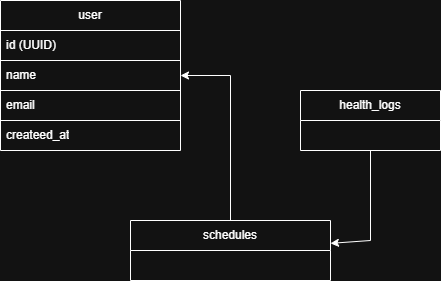
Before: docs/画像ファイル1.png, a diagram exported from draw.io (hyuga5362/portfolio). Source tidied: cells renumbered, new cells last; positions are measured from the earlier drawing's top-left corner, leaving out a move shared by most shapes. The source it was exported from:
```xml
<mxGraphModel>
  <root>
    <mxCell id="0" />
    <mxCell id="1" parent="0" />
    <mxCell id="2" value="user" style="swimlane;fontStyle=0;horizontal=1;startSize=30;whiteSpace=wrap;html=1;" parent="1" vertex="1">
      <mxGeometry width="180" height="150" as="geometry" />
    </mxCell>
    <mxCell id="3" value="id (UUID)" style="text;strokeColor=default;fillColor=none;align=left;verticalAlign=middle;spacingLeft=4;spacingRight=4;overflow=hidden;whiteSpace=wrap;html=1;" parent="2" vertex="1">
      <mxGeometry y="30" width="180" height="30" as="geometry" />
    </mxCell>
    <mxCell id="4" value="name" style="text;strokeColor=default;fillColor=none;align=left;verticalAlign=middle;spacingLeft=4;spacingRight=4;overflow=hidden;points=[[0,0.5],[1,0.5]];portConstraint=eastwest;whiteSpace=wrap;html=1;" parent="2" vertex="1">
      <mxGeometry y="60" width="180" height="30" as="geometry" />
    </mxCell>
    <mxCell id="5" value="email" style="text;strokeColor=default;fillColor=none;align=left;verticalAlign=middle;spacingLeft=4;spacingRight=4;overflow=hidden;whiteSpace=wrap;html=1;" parent="2" vertex="1">
      <mxGeometry y="90" width="180" height="30" as="geometry" />
    </mxCell>
    <mxCell id="6" value="createed_at" style="text;strokeColor=none;fillColor=none;align=left;verticalAlign=middle;spacingLeft=4;spacingRight=4;overflow=hidden;whiteSpace=wrap;html=1;" parent="2" vertex="1">
      <mxGeometry y="120" width="180" height="30" as="geometry" />
    </mxCell>
    <mxCell id="7" value="schedules" style="swimlane;fontStyle=0;horizontal=1;startSize=30;whiteSpace=wrap;html=1;" parent="1" vertex="1">
      <mxGeometry x="130" y="220" width="200" height="60" as="geometry" />
    </mxCell>
    <mxCell id="8" style="edgeStyle=orthogonalEdgeStyle;rounded=0;jettySize=auto;html=1;exitX=0.5;exitY=0;exitDx=0;exitDy=0;" parent="1" edge="1" source="7" target="4">
      <mxGeometry relative="1" as="geometry" />
    </mxCell>
    <mxCell id="9" value="health_logs" style="swimlane;fontStyle=0;horizontal=1;startSize=30;whiteSpace=wrap;html=1;" parent="1" vertex="1">
      <mxGeometry x="300" y="90" width="140" height="60" as="geometry" />
    </mxCell>
    <mxCell id="10" style="endArrow=classic;html=1;rounded=0;" parent="1" edge="1" source="9" target="7">
      <mxGeometry relative="1" as="geometry">
        <Array as="points">
          <mxPoint x="370" y="240" />
        </Array>
      </mxGeometry>
    </mxCell>
  </root>
</mxGraphModel>
```
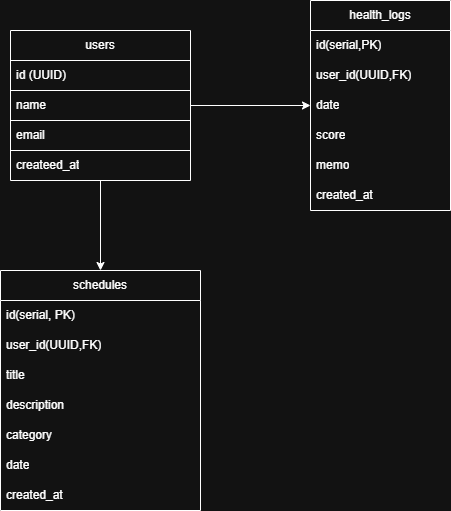
After the commit.

Diff of the diagram source:
```diff
@@ -2,8 +2,8 @@
   <root>
     <mxCell id="0" />
     <mxCell id="1" parent="0" />
-    <mxCell id="2" value="user" style="swimlane;fontStyle=0;horizontal=1;startSize=30;whiteSpace=wrap;html=1;" parent="1" vertex="1">
-      <mxGeometry width="180" height="150" as="geometry" />
+    <mxCell id="2" value="users" style="swimlane;fontStyle=0;horizontal=1;startSize=30;whiteSpace=wrap;html=1;" parent="1" vertex="1">
+      <mxGeometry x="90" y="-90" width="180" height="150" as="geometry" />
     </mxCell>
     <mxCell id="3" value="id (UUID)" style="text;strokeColor=default;fillColor=none;align=left;verticalAlign=middle;spacingLeft=4;spacingRight=4;overflow=hidden;whiteSpace=wrap;html=1;" parent="2" vertex="1">
       <mxGeometry y="30" width="180" height="30" as="geometry" />
@@ -18,20 +18,55 @@
       <mxGeometry y="120" width="180" height="30" as="geometry" />
     </mxCell>
     <mxCell id="7" value="schedules" style="swimlane;fontStyle=0;horizontal=1;startSize=30;whiteSpace=wrap;html=1;" parent="1" vertex="1">
-      <mxGeometry x="130" y="220" width="200" height="60" as="geometry" />
+      <mxGeometry x="80" y="150" width="200" height="240" as="geometry" />
     </mxCell>
-    <mxCell id="8" style="edgeStyle=orthogonalEdgeStyle;rounded=0;jettySize=auto;html=1;exitX=0.5;exitY=0;exitDx=0;exitDy=0;" parent="1" edge="1" source="7" target="4">
-      <mxGeometry relative="1" as="geometry" />
-    </mxCell>
+    <mxCell id="11" value="id(serial, PK)" style="text;strokeColor=none;fillColor=none;align=left;verticalAlign=middle;spacingLeft=4;spacingRight=4;overflow=hidden;whiteSpace=wrap;html=1;" parent="7" vertex="1">
+      <mxGeometry y="30" width="200" height="30" as="geometry" />
+    </mxCell>
+    <mxCell id="12" value="user_id(UUID,FK)" style="text;strokeColor=none;fillColor=none;align=left;verticalAlign=middle;spacingLeft=4;spacingRight=4;overflow=hidden;whiteSpace=wrap;html=1;" parent="7" vertex="1">
+      <mxGeometry y="60" width="200" height="30" as="geometry" />
+    </mxCell>
+    <mxCell id="13" value="title" style="text;strokeColor=none;fillColor=none;align=left;verticalAlign=middle;spacingLeft=4;spacingRight=4;overflow=hidden;whiteSpace=wrap;html=1;" parent="7" vertex="1">
+      <mxGeometry y="90" width="200" height="30" as="geometry" />
+    </mxCell>
+    <mxCell id="14" value="description" style="text;strokeColor=none;fillColor=none;align=left;verticalAlign=middle;spacingLeft=4;spacingRight=4;overflow=hidden;whiteSpace=wrap;html=1;" parent="7" vertex="1">
+      <mxGeometry y="120" width="200" height="30" as="geometry" />
+    </mxCell>
+    <mxCell id="15" value="category" style="text;strokeColor=none;fillColor=none;align=left;verticalAlign=middle;spacingLeft=4;spacingRight=4;overflow=hidden;whiteSpace=wrap;html=1;" parent="7" vertex="1">
+      <mxGeometry y="150" width="200" height="30" as="geometry" />
+    </mxCell>
+    <mxCell id="16" value="date" style="text;strokeColor=none;fillColor=none;align=left;verticalAlign=middle;spacingLeft=4;spacingRight=4;overflow=hidden;whiteSpace=wrap;html=1;" parent="7" vertex="1">
+      <mxGeometry y="180" width="200" height="30" as="geometry" />
+    </mxCell>
+    <mxCell id="17" value="created_at" style="text;strokeColor=none;fillColor=none;align=left;verticalAlign=middle;spacingLeft=4;spacingRight=4;overflow=hidden;whiteSpace=wrap;html=1;" parent="7" vertex="1">
+      <mxGeometry y="210" width="200" height="30" as="geometry" />
+    </mxCell>
     <mxCell id="9" value="health_logs" style="swimlane;fontStyle=0;horizontal=1;startSize=30;whiteSpace=wrap;html=1;" parent="1" vertex="1">
-      <mxGeometry x="300" y="90" width="140" height="60" as="geometry" />
+      <mxGeometry x="390" y="-120" width="140" height="210" as="geometry" />
     </mxCell>
-    <mxCell id="10" style="endArrow=classic;html=1;rounded=0;" parent="1" edge="1" source="9" target="7">
-      <mxGeometry relative="1" as="geometry">
-        <Array as="points">
-          <mxPoint x="370" y="240" />
-        </Array>
-      </mxGeometry>
-    </mxCell>
+    <mxCell id="18" value="id(serial,PK)" style="text;strokeColor=none;fillColor=none;align=left;verticalAlign=middle;spacingLeft=4;spacingRight=4;overflow=hidden;whiteSpace=wrap;html=1;" parent="9" vertex="1">
+      <mxGeometry y="30" width="140" height="30" as="geometry" />
+    </mxCell>
+    <mxCell id="19" value="user_id(UUID,FK)" style="text;strokeColor=none;fillColor=none;align=left;verticalAlign=middle;spacingLeft=4;spacingRight=4;overflow=hidden;whiteSpace=wrap;html=1;" parent="9" vertex="1">
+      <mxGeometry y="60" width="140" height="30" as="geometry" />
+    </mxCell>
+    <mxCell id="20" value="date" style="text;strokeColor=none;fillColor=none;align=left;verticalAlign=middle;spacingLeft=4;spacingRight=4;overflow=hidden;whiteSpace=wrap;html=1;" parent="9" vertex="1">
+      <mxGeometry y="90" width="140" height="30" as="geometry" />
+    </mxCell>
+    <mxCell id="21" value="score" style="text;strokeColor=none;fillColor=none;align=left;verticalAlign=middle;spacingLeft=4;spacingRight=4;overflow=hidden;whiteSpace=wrap;html=1;" parent="9" vertex="1">
+      <mxGeometry y="120" width="140" height="30" as="geometry" />
+    </mxCell>
+    <mxCell id="22" value="memo" style="text;strokeColor=none;fillColor=none;align=left;verticalAlign=middle;spacingLeft=4;spacingRight=4;overflow=hidden;whiteSpace=wrap;html=1;" parent="9" vertex="1">
+      <mxGeometry y="150" width="140" height="30" as="geometry" />
+    </mxCell>
+    <mxCell id="23" value="created_at" style="text;strokeColor=none;fillColor=none;align=left;verticalAlign=middle;spacingLeft=4;spacingRight=4;overflow=hidden;whiteSpace=wrap;html=1;" parent="9" vertex="1">
+      <mxGeometry y="180" width="140" height="30" as="geometry" />
+    </mxCell>
+    <mxCell id="24" style="endArrow=classic;html=1;rounded=0;" parent="1" edge="1" source="2" target="9">
+      <mxGeometry relative="1" as="geometry" />
+    </mxCell>
+    <mxCell id="25" style="endArrow=classic;html=1;rounded=0;" parent="1" edge="1" source="2" target="7">
+      <mxGeometry relative="1" as="geometry" />
+    </mxCell>
   </root>
 </mxGraphModel>
```
